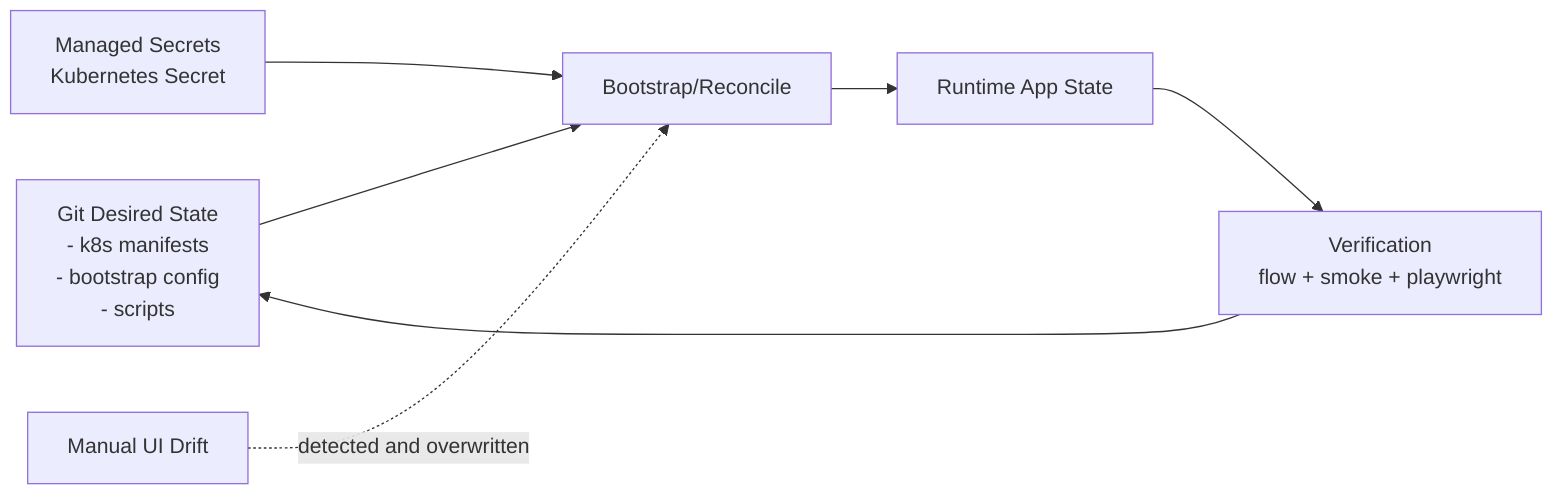
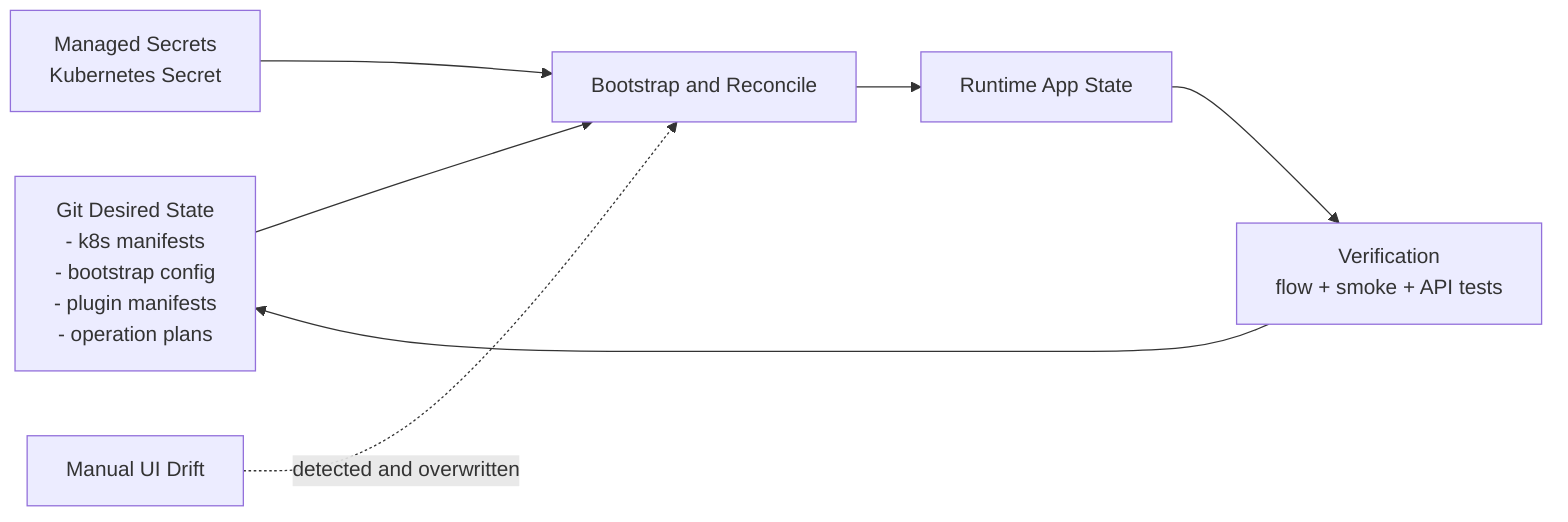
flowchart LR
-   SRC[Git Desired State\n- k8s manifests\n- bootstrap config\n- scripts]
+   SRC[Git Desired State\n- k8s manifests\n- bootstrap config\n- plugin manifests\n- operation plans]
  SEC[Managed Secrets\nKubernetes Secret]
-   BOOT[Bootstrap/Reconcile]
+   BOOT[Bootstrap and Reconcile]
  RUN[Runtime App State]
-   TEST[Verification\nflow + smoke + playwright]
+   TEST[Verification\nflow + smoke + API tests]

  SRC --> BOOT
  SEC --> BOOT
  BOOT --> RUN
  RUN --> TEST
  TEST --> SRC

  DRIFT[Manual UI Drift]
  DRIFT -.detected and overwritten.-> BOOT
